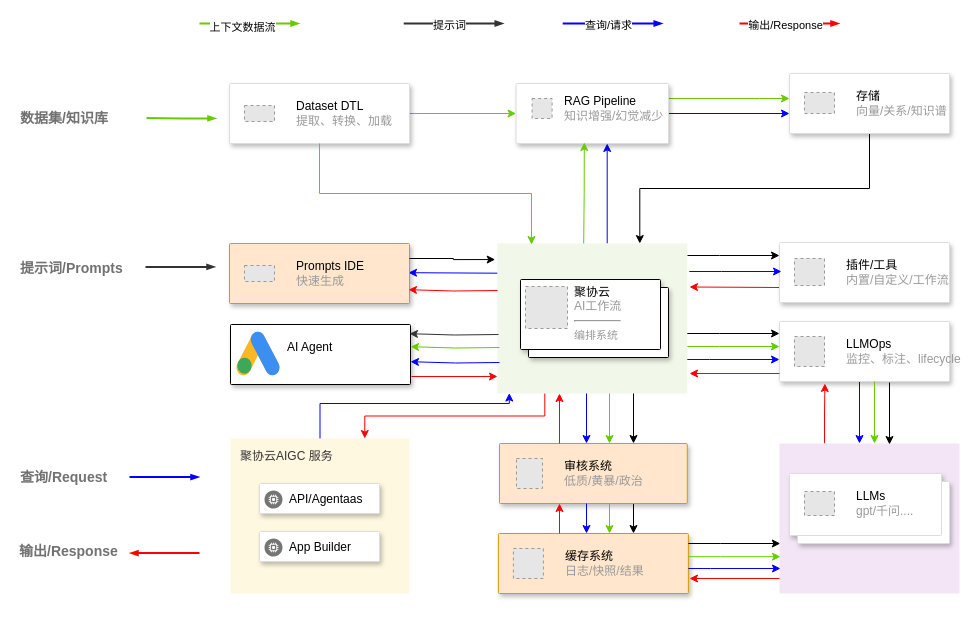
hijimo/flow-pics keeps this draw.io diagram as ai_agent.drawio. Above is the earlier version. Source tidied: cells renumbered, new cells numbered last; positions are measured from the earlier drawing's top-left corner, leaving out a move shared by most shapes. Both pictures are drawn from the tidied source at 100%, with x=0, y=0 at pixel (17, 23). Pictures stored in the file or linked from it are replaced by grey dashed boxes.
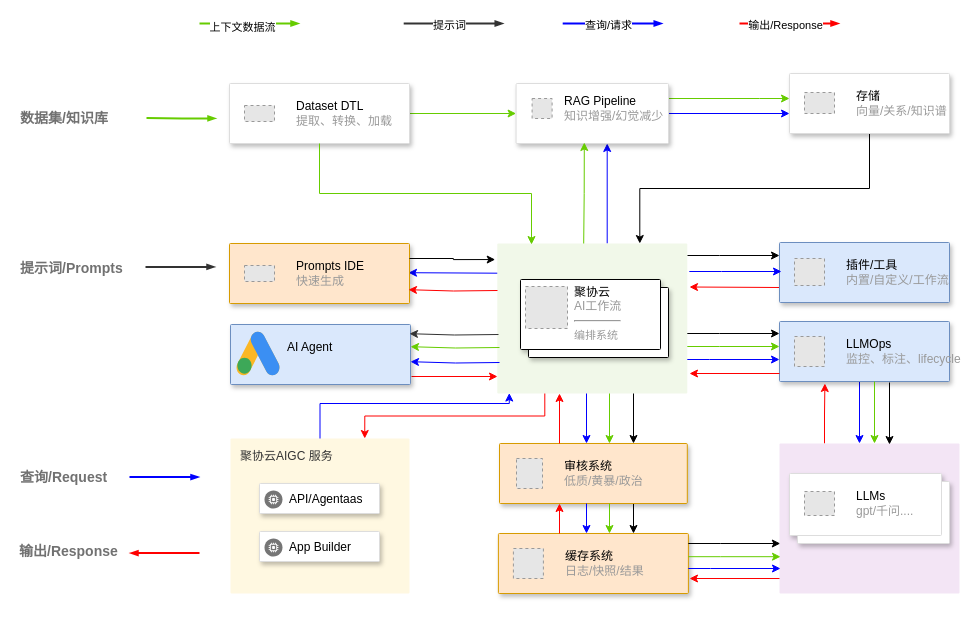
Above is the later version.

What changed in the source:
```diff
@@
-    <mxCell id="33" style="shadow=1;strokeWidth=1;rounded=1;absoluteArcSize=1;arcSize=2;" parent="1" vertex="1">
+    <mxCell id="33" style="shadow=1;strokeWidth=1;rounded=1;absoluteArcSize=1;arcSize=2;fillColor=#dae8fc;strokeColor=#6c8ebf;" parent="1" vertex="1">
       <mxGeometry x="213" y="301" width="180" height="60" as="geometry" />
     </mxCell>
@@
-    <mxCell id="41" style="strokeColor=#dddddd;shadow=1;strokeWidth=1;rounded=1;absoluteArcSize=1;arcSize=2;" parent="1" vertex="1">
+    <mxCell id="41" style="strokeColor=#6c8ebf;shadow=1;strokeWidth=1;rounded=1;absoluteArcSize=1;arcSize=2;fillColor=#dae8fc;" parent="1" vertex="1">
       <mxGeometry x="762" y="219" width="170" height="60" as="geometry" />
     </mxCell>
@@
-    <mxCell id="47" style="strokeColor=#dddddd;shadow=1;strokeWidth=1;rounded=1;absoluteArcSize=1;arcSize=2;" parent="1" vertex="1">
+    <mxCell id="47" style="strokeColor=#6c8ebf;shadow=1;strokeWidth=1;rounded=1;absoluteArcSize=1;arcSize=2;fillColor=#dae8fc;" parent="1" vertex="1">
       <mxGeometry x="762" y="298" width="170" height="60" as="geometry" />
     </mxCell>
```
